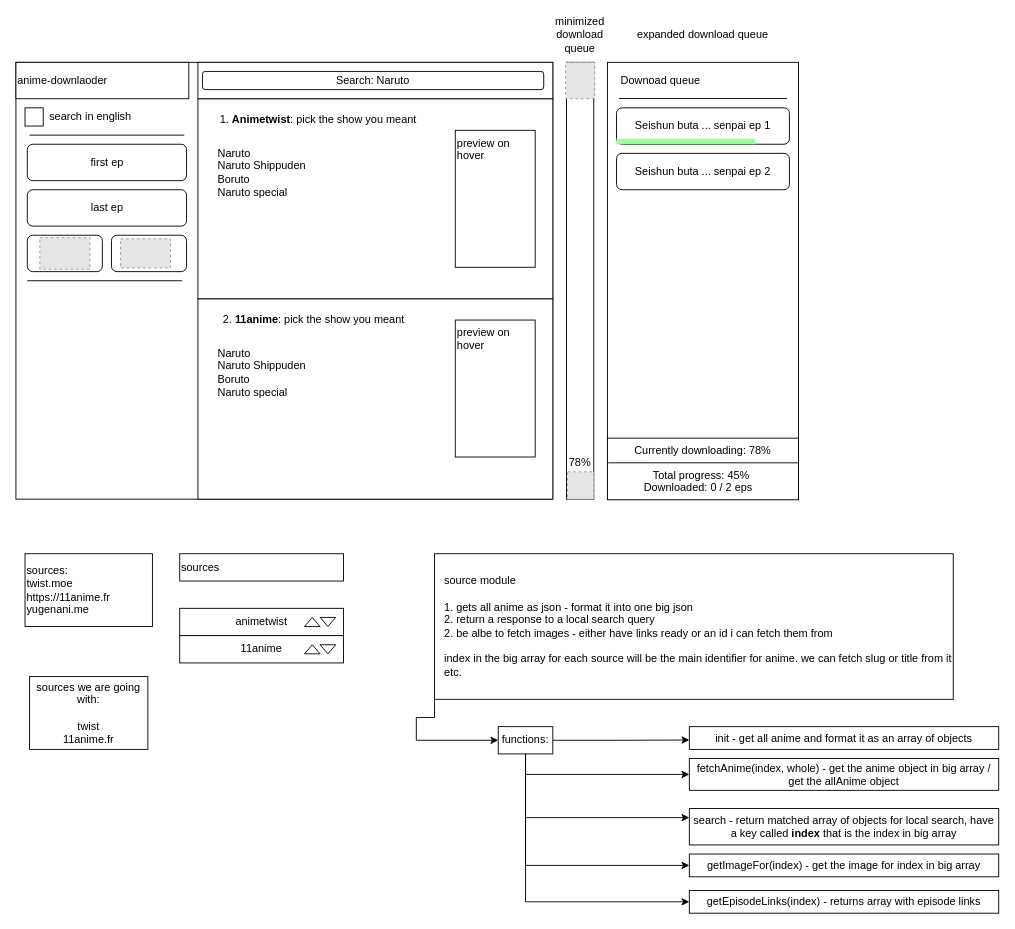
The draw.io diagram flowchart.drawio in KraXen72/animetwist-dl-electron, before the edit. Source tidied: cells renumbered, new cells numbered last; positions are measured from the earlier drawing's top-left corner, leaving out a move shared by most shapes. Both pictures are drawn from the tidied source at 91%, with x=0, y=0 at pixel (15, 25). Pictures stored in the file or linked from it are replaced by grey dashed boxes.
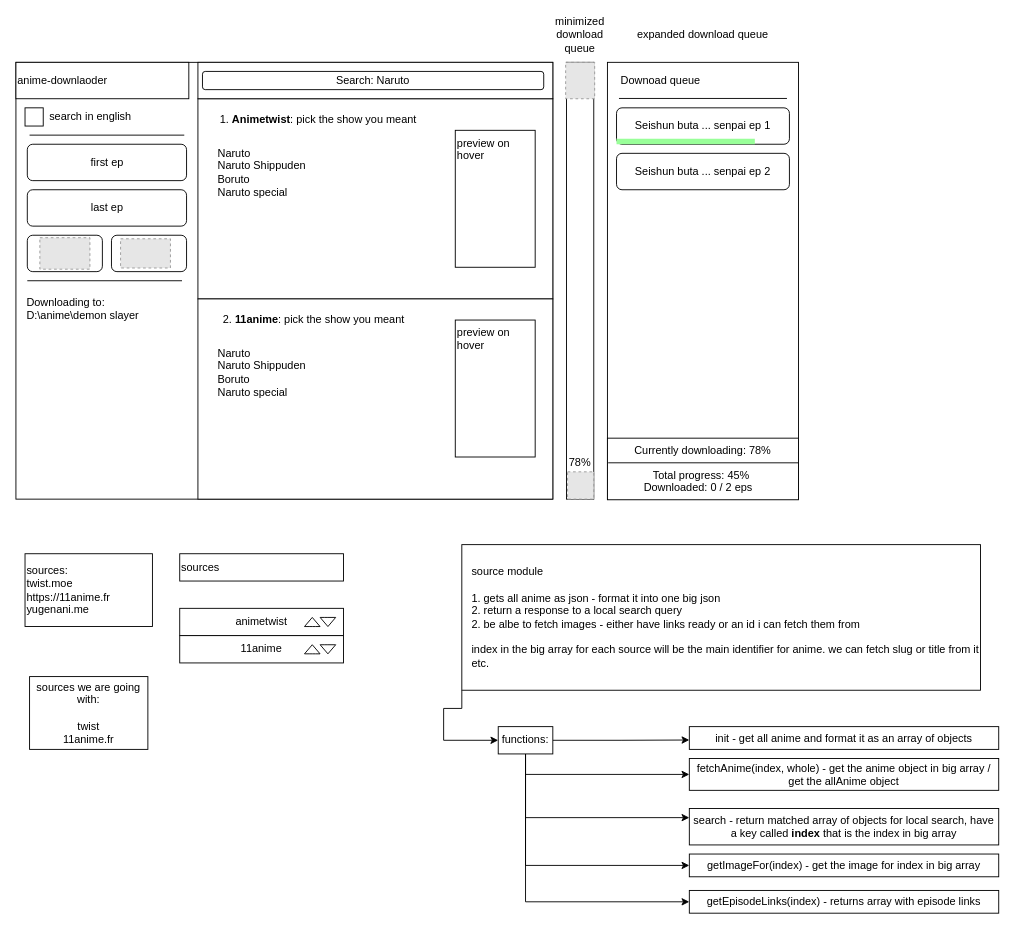
The same diagram, later.

What changed in the source:
```diff
@@
     <mxCell id="66" value="source module&lt;br&gt;&lt;br&gt;1. gets all anime as json - format it into one big json&lt;br&gt;2. return a response to a local search query&lt;br&gt;&lt;div&gt;&lt;span&gt;2. be albe to fetch images - either have links ready or an id i can fetch them from&lt;br&gt;&lt;br&gt;index in the big array for each source will be the main identifier for anime. we can fetch slug or title from it etc.&lt;/span&gt;&lt;/div&gt;" style="rounded=0;whiteSpace=wrap;html=1;align=left;spacingLeft=9;" parent="1" vertex="1">
-      <mxGeometry x="460" y="580" width="570" height="160" as="geometry" />
+      <mxGeometry x="490" y="570" width="570" height="160" as="geometry" />
     </mxCell>
@@
+    <mxCell id="79" value="&lt;span&gt;Downloading to:&lt;br&gt;D:\anime\demon slayer&lt;br&gt;&lt;/span&gt;" style="text;html=1;strokeColor=none;fillColor=none;align=left;verticalAlign=top;whiteSpace=wrap;rounded=0;" parent="1" vertex="1">
+      <mxGeometry x="10" y="290" width="165" height="40" as="geometry" />
+    </mxCell>
```
